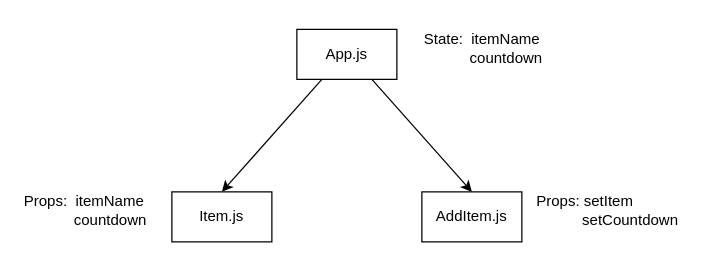
Earlier version of the draw.io diagram timer_app/src/component_tree.drawio (georgeussher/timer_app). Source tidied: cells renumbered, new cells numbered last; positions are measured from the earlier drawing's top-left corner, leaving out a move shared by most shapes. Both pictures are drawn from the tidied source at 125%, with x=0, y=0 at pixel (21, 29).
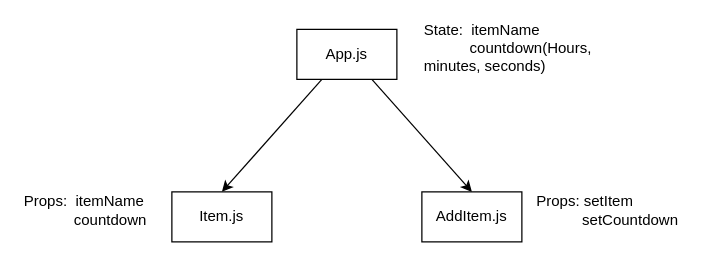
Above is the later version.

Commit message (it also covers changes not shown here):
created and passed down countdown state

The edit, as a diff of the source:
```diff
@@
 <mxGraphModel>
   <root>
     <mxCell id="0" />
     <mxCell id="1" parent="0" />
     <mxCell id="2" style="edgeStyle=none;html=1;exitX=0.75;exitY=1;exitDx=0;exitDy=0;entryX=0.5;entryY=0;entryDx=0;entryDy=0;" parent="1" edge="1" source="4" target="5">
       <mxGeometry relative="1" as="geometry" />
     </mxCell>
     <mxCell id="3" style="edgeStyle=none;html=1;exitX=0.25;exitY=1;exitDx=0;exitDy=0;entryX=0.5;entryY=0;entryDx=0;entryDy=0;" parent="1" edge="1" source="4" target="6">
       <mxGeometry relative="1" as="geometry" />
     </mxCell>
     <mxCell id="4" value="App.js&lt;br&gt;" style="rounded=0;whiteSpace=wrap;html=1;" parent="1" vertex="1">
       <mxGeometry x="220" width="80" height="40" as="geometry" />
     </mxCell>
     <mxCell id="5" value="AddItem.js" style="rounded=0;whiteSpace=wrap;html=1;" parent="1" vertex="1">
       <mxGeometry x="320" y="130" width="80" height="40" as="geometry" />
     </mxCell>
     <mxCell id="6" value="Item.js" style="rounded=0;whiteSpace=wrap;html=1;" parent="1" vertex="1">
       <mxGeometry x="120" y="130" width="80" height="40" as="geometry" />
     </mxCell>
-    <mxCell id="7" value="State:&amp;nbsp; itemName&lt;br&gt;&lt;span style=&quot;white-space: pre;&quot;&gt;&#9;&lt;/span&gt;&amp;nbsp; &amp;nbsp;countdown&amp;nbsp;" style="text;html=1;strokeColor=none;fillColor=none;align=left;verticalAlign=middle;whiteSpace=wrap;rounded=0;" parent="1" vertex="1">
-      <mxGeometry x="320" width="140" height="30" as="geometry" />
+    <mxCell id="7" value="State:&amp;nbsp; itemName&lt;br&gt;&lt;span style=&quot;white-space: pre;&quot;&gt;&#9;&lt;/span&gt;&amp;nbsp; &amp;nbsp;countdown(Hours, minutes, seconds)&amp;nbsp;" style="text;html=1;strokeColor=none;fillColor=none;align=left;verticalAlign=middle;whiteSpace=wrap;rounded=0;" parent="1" vertex="1">
+      <mxGeometry x="320" width="150" height="30" as="geometry" />
     </mxCell>
     <mxCell id="8" value="Props: setItem&lt;br&gt;&lt;span style=&quot;white-space: pre;&quot;&gt;&#9;&lt;/span&gt;&amp;nbsp; &amp;nbsp;setCountdown" style="text;html=1;strokeColor=none;fillColor=none;align=left;verticalAlign=middle;whiteSpace=wrap;rounded=0;" parent="1" vertex="1">
       <mxGeometry x="410" y="130" width="130" height="30" as="geometry" />
     </mxCell>
     <mxCell id="9" value="Props:&amp;nbsp; itemName&lt;br&gt;&lt;span style=&quot;white-space: pre;&quot;&gt;&#9;&lt;/span&gt;&amp;nbsp; &amp;nbsp; countdown" style="text;html=1;strokeColor=none;fillColor=none;align=left;verticalAlign=middle;whiteSpace=wrap;rounded=0;" parent="1" vertex="1">
       <mxGeometry y="130" width="110" height="30" as="geometry" />
     </mxCell>
   </root>
 </mxGraphModel>
```
